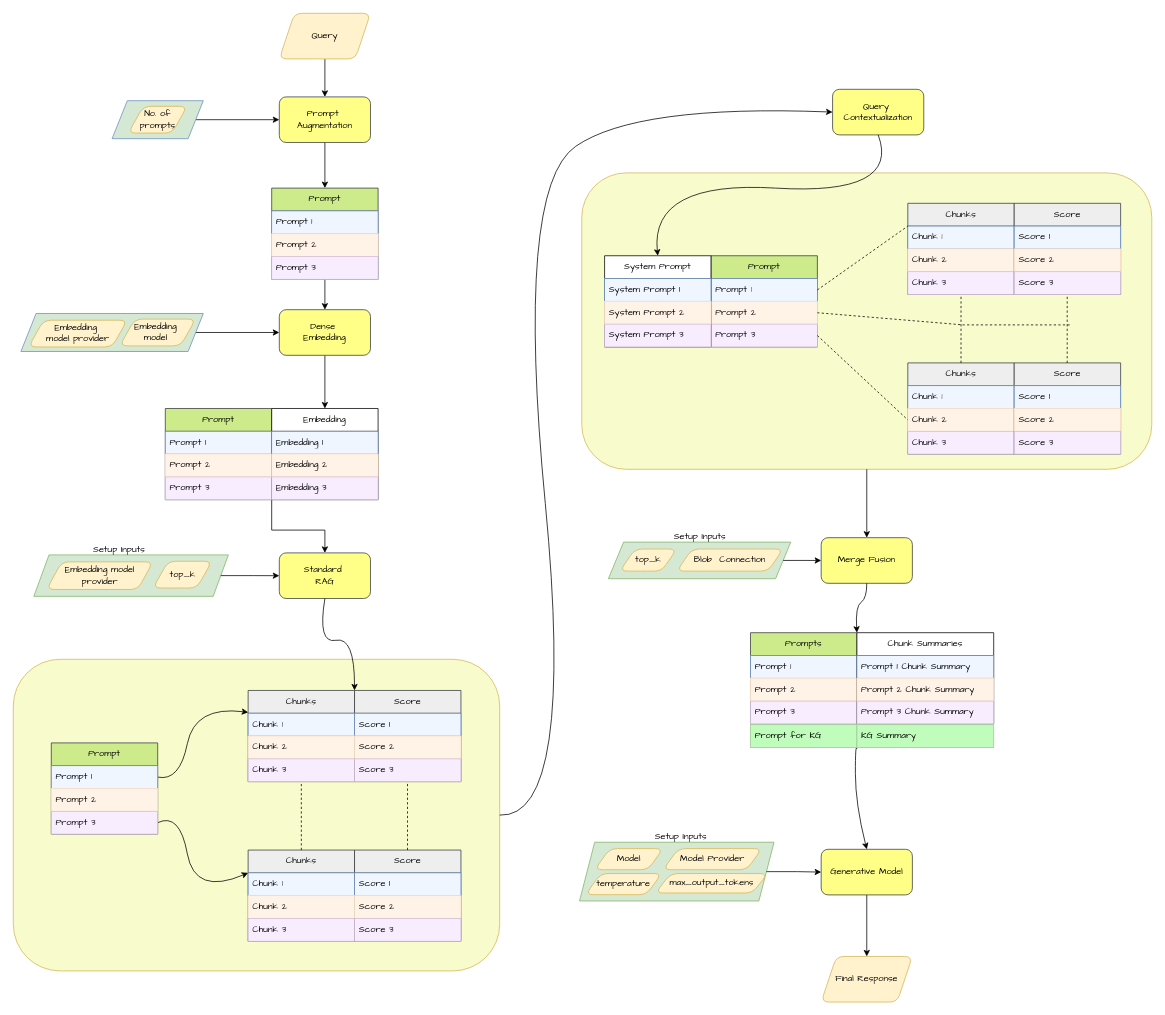
snklpee/EnhancedRAG keeps this draw.io diagram as page "GenAI" (3 of 8) of docs/genai_pipeline 1.drawio. Above is the earlier version. Source tidied: cells renumbered, new cells numbered last; positions are measured from the earlier drawing's top-left corner, leaving out a move shared by most shapes. Both pictures are drawn from the tidied source at 76%, with x=0, y=0 at pixel (13, 13).
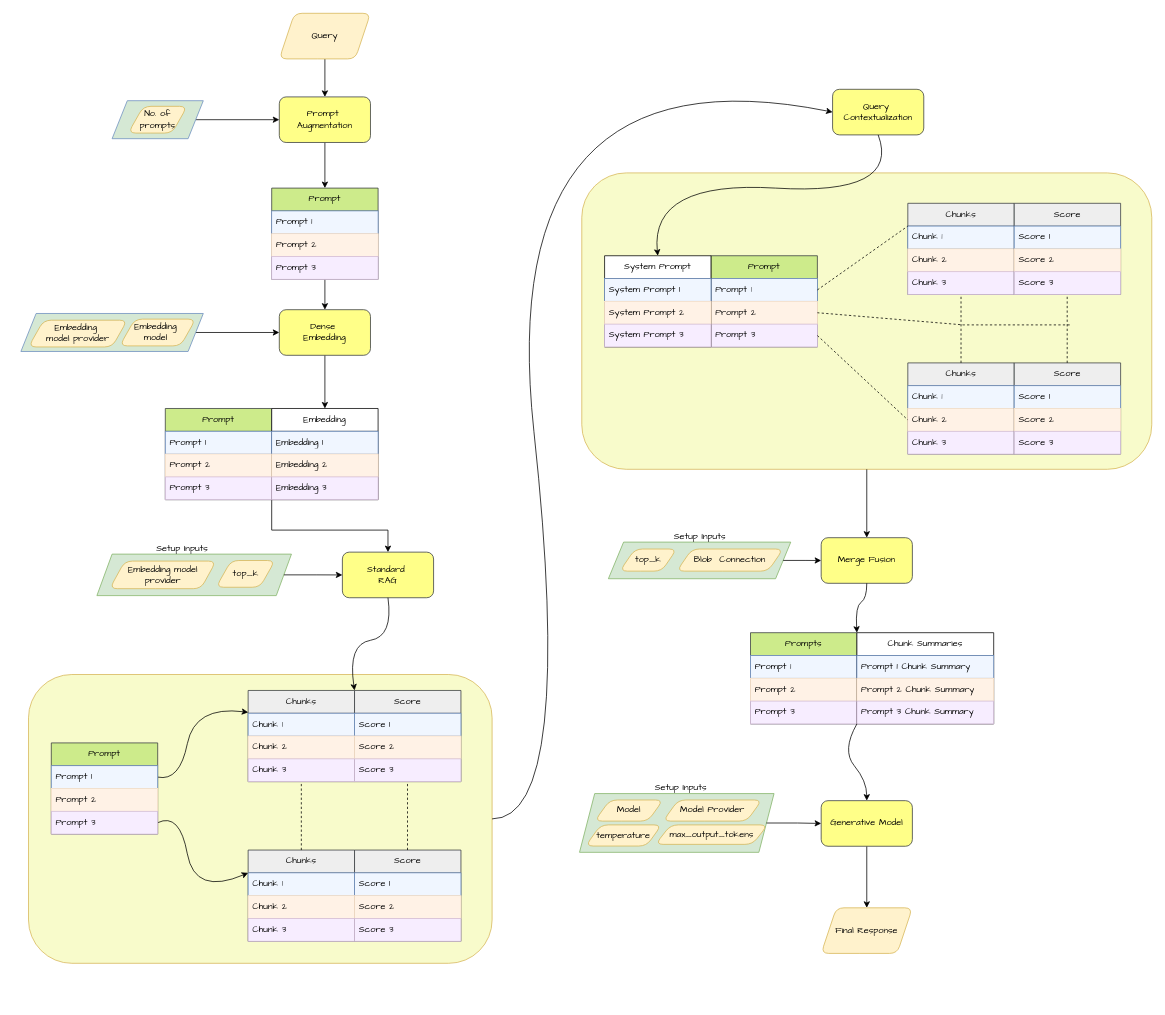
The same diagram, later.

The change refers to these unchanged cells:
```xml
<mxCell id="11" value="Chunks" style="swimlane;fontStyle=0;horizontal=1;startSize=30;whiteSpace=wrap;html=1;fillColor=#eeeeee;strokeColor=#36393d;fontFamily=Architects Daughter;" parent="1" vertex="1">
  <mxGeometry x="309" y="891" width="140" height="120" as="geometry" />
</mxCell>
<mxCell id="40" value="Embedding&amp;nbsp;3" style="text;strokeColor=#D2BCD6;fillColor=#F7EDFF;align=left;verticalAlign=middle;spacingLeft=4;spacingRight=4;overflow=hidden;points=[[0,0.5],[1,0.5]];portConstraint=eastwest;whiteSpace=wrap;html=1;fontFamily=Architects Daughter;" parent="37" vertex="1">
  <mxGeometry y="90" width="140" height="30" as="geometry" />
</mxCell>
<mxCell id="49" value="Query&amp;nbsp;&lt;div&gt;Contextualization&lt;/div&gt;" style="rounded=1;whiteSpace=wrap;html=1;fillColor=#ffff88;strokeColor=#36393d;fontFamily=Architects Daughter;" parent="1" vertex="1">
  <mxGeometry x="1078" y="100" width="120" height="60" as="geometry" />
</mxCell>
<mxCell id="56" value="Chunk Summaries" style="swimlane;fontStyle=0;horizontal=1;startSize=30;whiteSpace=wrap;html=1;fontFamily=Architects Daughter;" parent="1" vertex="1">
  <mxGeometry x="1110" y="815" width="180" height="120" as="geometry" />
</mxCell>
<mxCell id="107" style="group;fontFamily=Architects Daughter;" parent="1" vertex="1">
  <mxGeometry x="40" y="700" width="246" height="100" as="geometry" />
</mxCell>
```

Diff of the diagram source:
```diff
@@
     <mxCell id="3" style="rounded=1;whiteSpace=wrap;html=1;fillColor=#F8FBCB;strokeColor=#d6b656;fontFamily=Architects Daughter;" parent="1" vertex="1">
-      <mxGeometry y="850" width="640" height="410" as="geometry" />
+      <mxGeometry x="20" y="870" width="610" height="380" as="geometry" />
     </mxCell>
@@
     <mxCell id="22" value="Standard&amp;nbsp;&lt;div&gt;RAG&lt;/div&gt;" style="rounded=1;whiteSpace=wrap;html=1;fillColor=#ffff88;strokeColor=#36393d;fontFamily=Architects Daughter;" parent="1" vertex="1">
-      <mxGeometry x="350" y="710" width="120" height="60" as="geometry" />
+      <mxGeometry x="433" y="709" width="120" height="60" as="geometry" />
     </mxCell>
     <mxCell id="23" style="endArrow=classic;html=1;rounded=0;exitX=0;exitY=1;exitDx=0;exitDy=0;exitPerimeter=0;entryX=0.5;entryY=0;entryDx=0;entryDy=0;fontFamily=Architects Daughter;" parent="1" edge="1" source="40" target="22">
       <mxGeometry relative="1" as="geometry">
         <Array as="points">
           <mxPoint x="340" y="680" />
-          <mxPoint x="410" y="680" />
+          <mxPoint x="493" y="680" />
         </Array>
       </mxGeometry>
     </mxCell>
@@
     <mxCell id="62" value="Generative Model" style="rounded=1;whiteSpace=wrap;html=1;fillColor=#ffff88;strokeColor=#36393d;fontFamily=Architects Daughter;" parent="1" vertex="1">
-      <mxGeometry x="1063" y="1100" width="120" height="60" as="geometry" />
+      <mxGeometry x="1063" y="1036" width="120" height="60" as="geometry" />
     </mxCell>
     <mxCell id="63" value="Final Response" style="shape=parallelogram;perimeter=parallelogramPerimeter;whiteSpace=wrap;html=1;fixedSize=1;rounded=1;fillColor=#fff2cc;strokeColor=#d6b656;fontFamily=Architects Daughter;" parent="1" vertex="1">
-      <mxGeometry x="1063" y="1241" width="120" height="60" as="geometry" />
+      <mxGeometry x="1063" y="1177" width="120" height="60" as="geometry" />
     </mxCell>
-    <mxCell id="64" style="curved=1;endArrow=classic;html=1;rounded=0;entryX=0.5;entryY=0;entryDx=0;entryDy=0;fontFamily=Architects Daughter;" parent="1" edge="1" target="62">
+    <mxCell id="64" style="curved=1;endArrow=classic;html=1;rounded=0;entryX=0.5;entryY=0;entryDx=0;entryDy=0;fontFamily=Architects Daughter;exitX=0;exitY=1;exitDx=0;exitDy=0;" parent="1" edge="1" source="56" target="62">
       <mxGeometry relative="1" as="geometry">
-        <mxPoint x="1110" y="968" as="sourcePoint" />
         <Array as="points">
-          <mxPoint x="1108" y="960" />
-          <mxPoint x="1108" y="1040" />
+          <mxPoint x="1090" y="970" />
+          <mxPoint x="1123" y="1010" />
         </Array>
       </mxGeometry>
     </mxCell>
@@
     <mxCell id="66" style="curved=1;endArrow=classic;html=1;rounded=0;entryX=1;entryY=0;entryDx=0;entryDy=0;exitX=0.5;exitY=1;exitDx=0;exitDy=0;fontFamily=Architects Daughter;" parent="1" edge="1" source="22" target="11">
       <mxGeometry relative="1" as="geometry">
         <Array as="points">
-          <mxPoint x="400" y="830" />
-          <mxPoint x="449" y="820" />
+          <mxPoint x="500" y="820" />
+          <mxPoint x="440" y="830" />
         </Array>
       </mxGeometry>
     </mxCell>
     <mxCell id="67" style="curved=1;endArrow=classic;html=1;rounded=0;exitX=1;exitY=0.5;exitDx=0;exitDy=0;entryX=0;entryY=0.5;entryDx=0;entryDy=0;fontFamily=Architects Daughter;" parent="1" edge="1" source="3" target="49">
       <mxGeometry relative="1" as="geometry">
         <Array as="points">
           <mxPoint x="740" y="1060" />
-          <mxPoint x="660" y="230" />
-          <mxPoint x="820" y="120" />
+          <mxPoint x="630" y="40" />
         </Array>
       </mxGeometry>
     </mxCell>
@@
     <mxCell id="100" style="group;fontFamily=Architects Daughter;" parent="1" vertex="1">
-      <mxGeometry x="755" y="1068" width="246" height="100" as="geometry" />
+      <mxGeometry x="755" y="1004" width="246" height="100" as="geometry" />
     </mxCell>
@@
     <mxCell id="108" style="shape=parallelogram;perimeter=parallelogramPerimeter;whiteSpace=wrap;html=1;fixedSize=1;fillColor=#d5e8d4;strokeColor=#82b366;fontFamily=Architects Daughter;" parent="107" vertex="1">
-      <mxGeometry x="-13" y="12.6" width="256" height="54.6" as="geometry" />
+      <mxGeometry x="70" y="11.6" width="256" height="54.6" as="geometry" />
     </mxCell>
     <mxCell id="109" value="Setup Inputs" style="text;html=1;align=center;verticalAlign=middle;strokeColor=none;fillColor=none;fontFamily=Architects Daughter;" parent="107" vertex="1">
-      <mxGeometry x="53.8" y="-9" width="90" height="30" as="geometry" />
+      <mxGeometry x="136.8" y="-10" width="90" height="30" as="geometry" />
     </mxCell>
     <mxCell id="110" value="top_k" style="shape=parallelogram;perimeter=parallelogramPerimeter;whiteSpace=wrap;html=1;fixedSize=1;rounded=1;fillColor=#fff2cc;strokeColor=#d6b656;fontFamily=Architects Daughter;" parent="107" vertex="1">
-      <mxGeometry x="143.8" y="21" width="77.6" height="35.2" as="geometry" />
+      <mxGeometry x="226.8" y="20" width="77.6" height="35.2" as="geometry" />
     </mxCell>
     <mxCell id="111" value="Embedding model provider" style="shape=parallelogram;perimeter=parallelogramPerimeter;whiteSpace=wrap;html=1;fixedSize=1;rounded=1;fillColor=#fff2cc;strokeColor=#d6b656;fontFamily=Architects Daughter;" parent="107" vertex="1">
-      <mxGeometry x="3.8" y="21.8" width="140" height="36.3" as="geometry" />
+      <mxGeometry x="86.8" y="20.8" width="140" height="36.3" as="geometry" />
     </mxCell>
@@
-    <mxCell id="117" value="&lt;span style=&quot;text-align: center;&quot;&gt;Prompt for KG&lt;/span&gt;" style="text;strokeColor=#9FC795;fillColor=#C0FCBB;align=left;verticalAlign=middle;spacingLeft=4;spacingRight=4;overflow=hidden;whiteSpace=wrap;html=1;fontFamily=Architects Daughter;" parent="1" vertex="1">
-      <mxGeometry x="970" y="936" width="140" height="30" as="geometry" />
-    </mxCell>
-    <mxCell id="118" value="&lt;div style=&quot;text-align: center;&quot;&gt;&lt;span style=&quot;background-color: initial;&quot;&gt;KG Summary&lt;/span&gt;&lt;/div&gt;" style="text;strokeColor=#9FC795;fillColor=#C0FCBB;align=left;verticalAlign=middle;spacingLeft=4;spacingRight=4;overflow=hidden;whiteSpace=wrap;html=1;fontFamily=Architects Daughter;" parent="1" vertex="1">
-      <mxGeometry x="1110" y="936" width="180" height="30" as="geometry" />
-    </mxCell>
```
